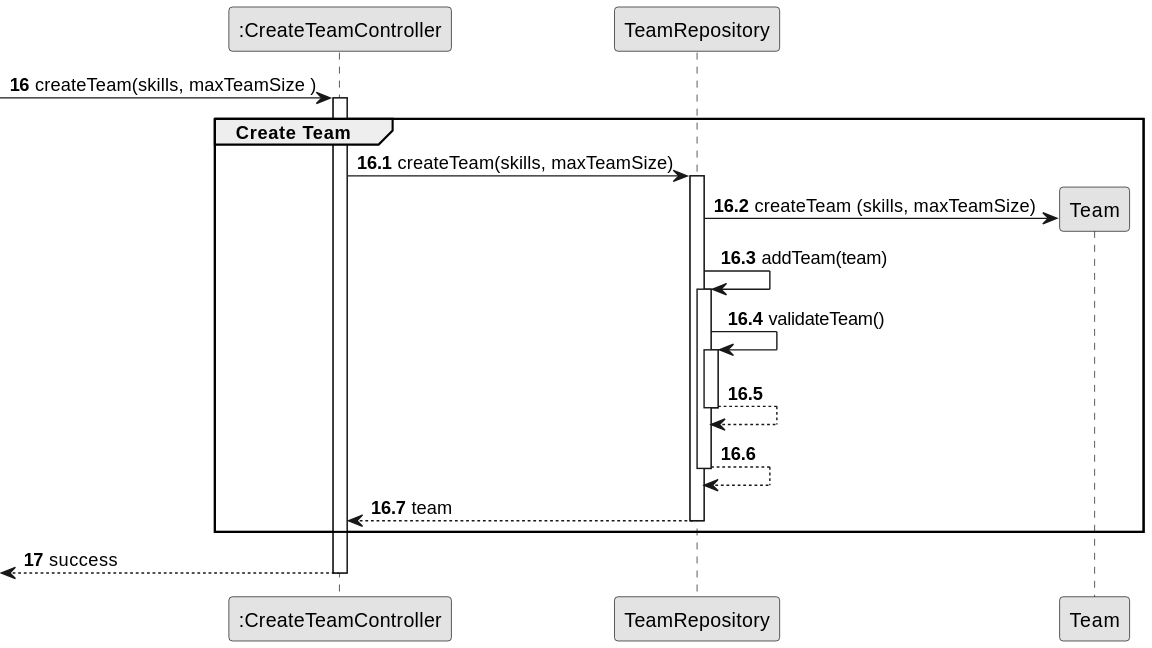
ricardomm7/leaflink keeps this PlantUML diagram as docs/sprintB/us005/03.design/svg/us005-sequence-diagram-partial-create-team.svg. Above is the earlier version.
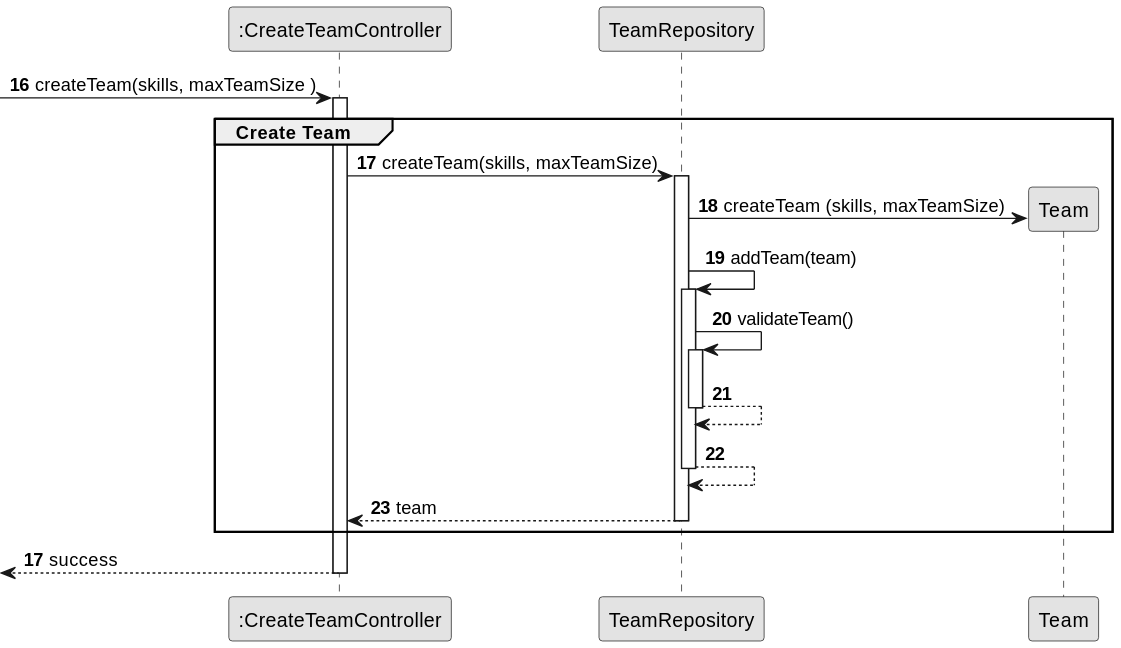
The same file after the commit.

The edit, as a diff of the source:
```diff
@@ -8,7 +8,6 @@
 autonumber 16
 -> CTRL: createTeam(skills, maxTeamSize )
 
-autonumber 16.1
 activate CTRL
     group Create Team
 
```
